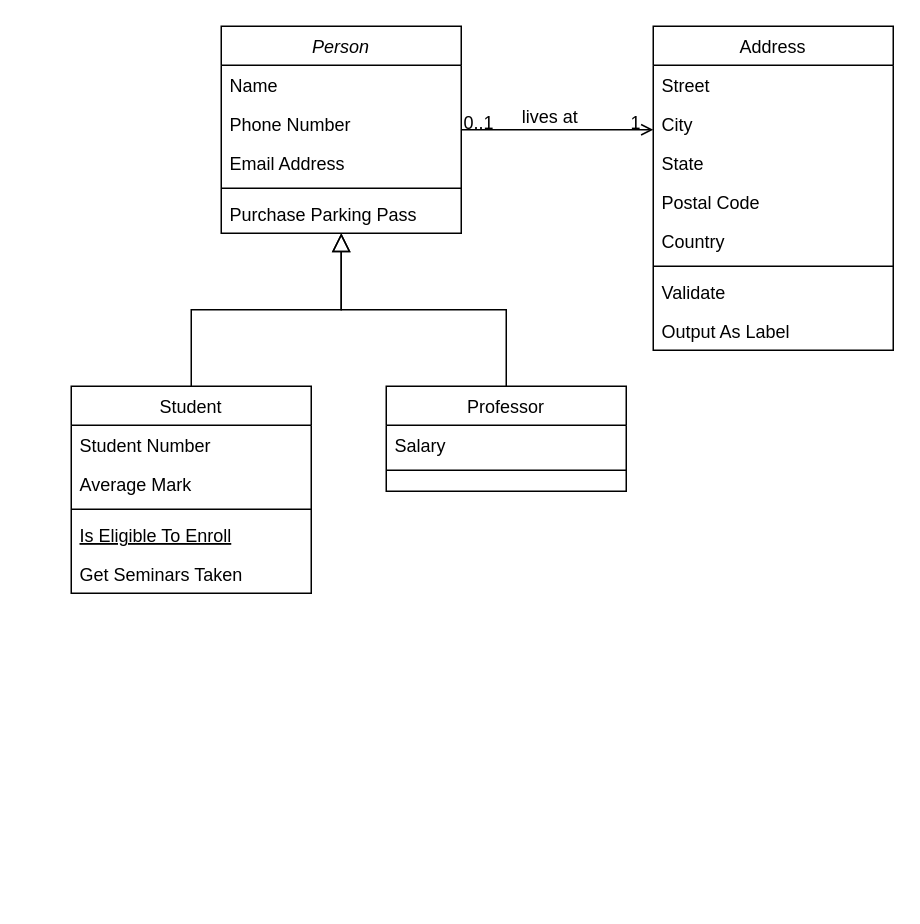
alireza4064/drawio keeps this draw.io diagram as Untitled Diagram.drawio. Above is the earlier version. Source tidied: cells renumbered, new cells numbered last; positions are measured from the earlier drawing's top-left corner, leaving out a move shared by most shapes. Both pictures are drawn from the tidied source at 150%, with x=0, y=0 at pixel (70, 26).
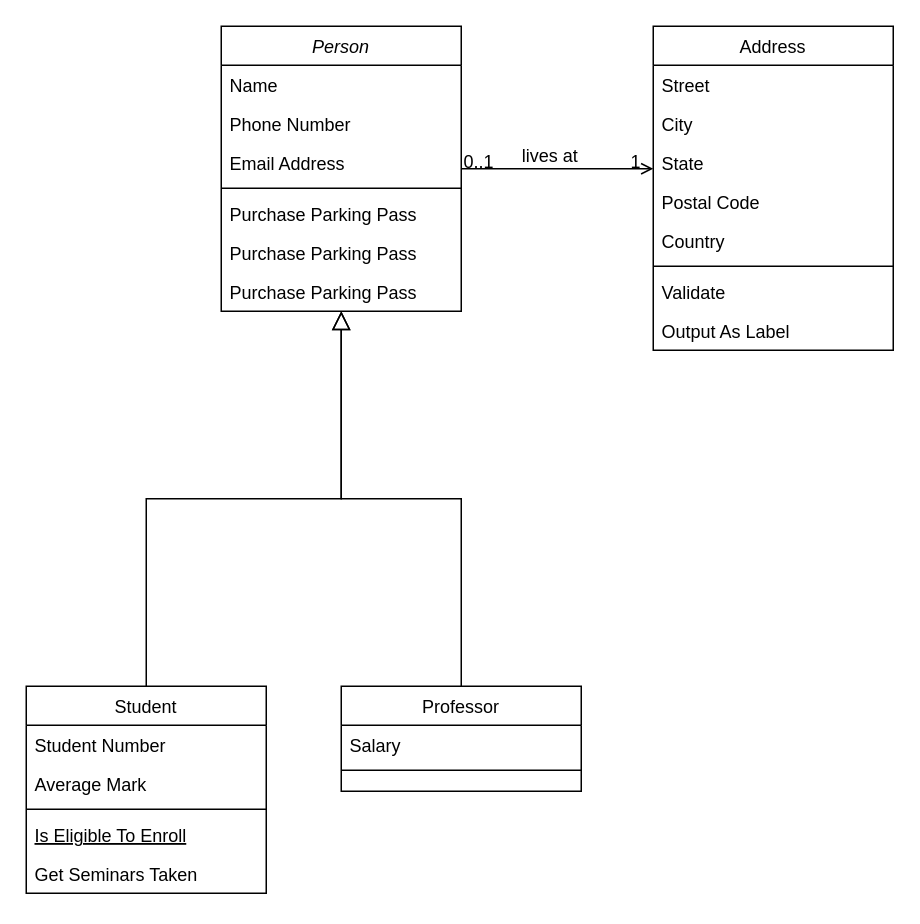
The same page after the edit.

Diff of the diagram source:
```diff
@@
     <mxCell id="2" value="Person" style="swimlane;fontStyle=2;align=center;verticalAlign=top;horizontal=1;startSize=26;rounded=0;shadow=0;strokeWidth=1;" parent="1" vertex="1">
-      <mxGeometry x="100" width="160" height="138" as="geometry" />
+      <mxGeometry x="100" width="160" height="190" as="geometry" />
     </mxCell>
@@
+    <mxCell id="32" value="Purchase Parking Pass" style="text;align=left;verticalAlign=top;spacingLeft=4;spacingRight=4;overflow=hidden;" parent="2" vertex="1">
+      <mxGeometry y="138" width="160" height="26" as="geometry" />
+    </mxCell>
+    <mxCell id="33" value="Purchase Parking Pass" style="text;align=left;verticalAlign=top;spacingLeft=4;spacingRight=4;overflow=hidden;" parent="2" vertex="1">
+      <mxGeometry y="164" width="160" height="26" as="geometry" />
+    </mxCell>
     <mxCell id="8" value="Student" style="swimlane;fontStyle=0;align=center;verticalAlign=top;horizontal=1;startSize=26;rounded=0;shadow=0;strokeWidth=1;" parent="1" vertex="1">
-      <mxGeometry y="240" width="160" height="138" as="geometry" />
+      <mxGeometry x="-30" y="440" width="160" height="138" as="geometry" />
     </mxCell>
@@
     <mxCell id="15" value="Professor" style="swimlane;fontStyle=0;align=center;verticalAlign=top;horizontal=1;startSize=26;rounded=0;shadow=0;strokeWidth=1;" parent="1" vertex="1">
-      <mxGeometry x="210" y="240" width="160" height="70" as="geometry" />
+      <mxGeometry x="180" y="440" width="160" height="70" as="geometry" />
     </mxCell>
```
